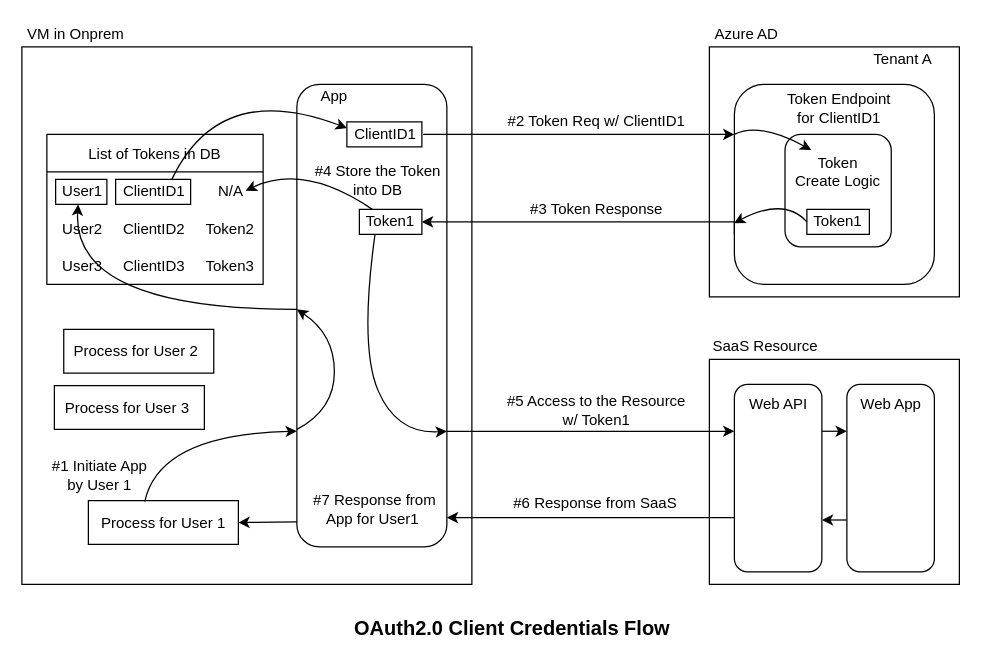
Before: OAuth2.0_Authorization/OAuth2.0_ClientCredentialsFlow.drawio in developer-onizuka/Diagrams, a draw.io diagram. Source tidied: cells renumbered, new cells numbered last; positions are measured from the earlier drawing's top-left corner, leaving out a move shared by most shapes. Both pictures are drawn from the tidied source at 125%, with x=0, y=0 at pixel (21, 21).
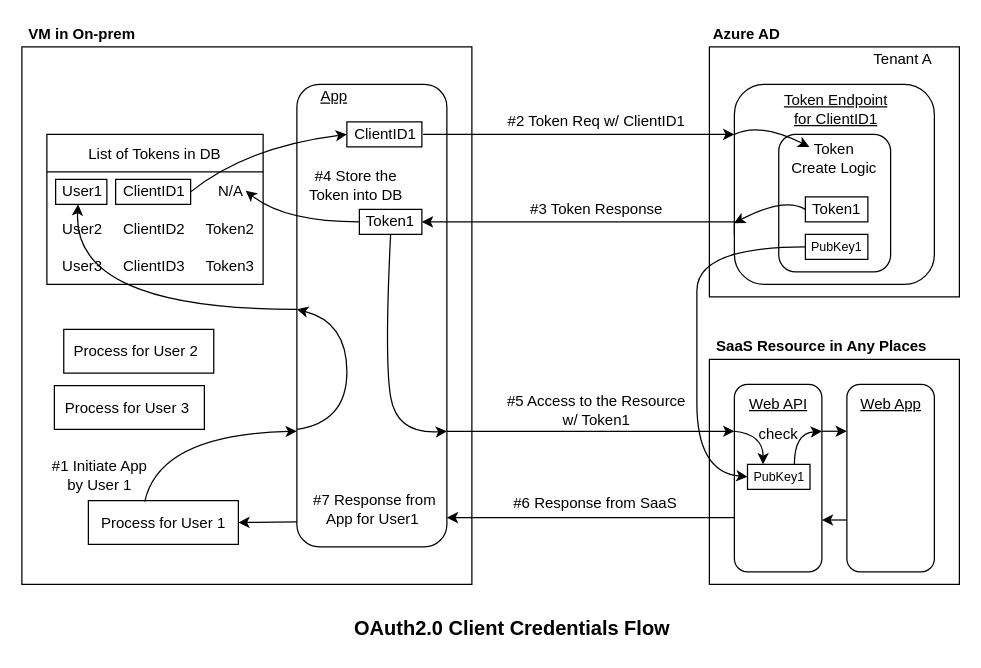
The same diagram, later.

Commit message:
OAuth2.0_ClientCredentialsFlow.drawio を更新します

Unchanged cells that the change refers to:
```xml
<mxCell id="3" style="rounded=1;whiteSpace=wrap;html=1;" parent="1" vertex="1">
  <mxGeometry x="220" y="50" width="120" height="370" as="geometry" />
</mxCell>
<mxCell id="24" value="Token1" style="text;html=1;strokeColor=none;fillColor=none;align=center;verticalAlign=middle;whiteSpace=wrap;rounded=0;" parent="1" vertex="1">
  <mxGeometry x="270" y="150" width="50" height="20" as="geometry" />
</mxCell>
<mxCell id="26" style="rounded=0;whiteSpace=wrap;html=1;fillColor=none;strokeColor=#000000;" parent="1" vertex="1">
  <mxGeometry x="75" y="126" width="60" height="20" as="geometry" />
</mxCell>
<mxCell id="27" style="rounded=0;whiteSpace=wrap;html=1;" parent="1" vertex="1">
  <mxGeometry x="260" y="80" width="60" height="20" as="geometry" />
</mxCell>
<mxCell id="34" style="rounded=1;whiteSpace=wrap;html=1;" parent="1" vertex="1">
  <mxGeometry x="570" y="290" width="70" height="150" as="geometry" />
</mxCell>
```

The edit, as a diff of the source:
```diff
@@
-    <mxCell id="4" value="App" style="text;html=1;strokeColor=none;fillColor=none;align=center;verticalAlign=middle;whiteSpace=wrap;rounded=0;" parent="1" vertex="1">
+    <mxCell id="4" value="App" style="text;html=1;strokeColor=none;fillColor=none;align=center;verticalAlign=middle;whiteSpace=wrap;rounded=0;fontStyle=4;" parent="1" vertex="1">
       <mxGeometry x="230" y="50" width="40" height="20" as="geometry" />
     </mxCell>
@@
-    <mxCell id="10" value="VM in Onprem&amp;nbsp;" style="text;html=1;strokeColor=none;fillColor=none;align=center;verticalAlign=middle;whiteSpace=wrap;rounded=0;" parent="1" vertex="1">
-      <mxGeometry width="90" height="20" as="geometry" />
+    <mxCell id="10" value="VM in On-prem&amp;nbsp;" style="text;html=1;strokeColor=none;fillColor=none;align=center;verticalAlign=middle;whiteSpace=wrap;rounded=0;fontStyle=1;" parent="1" vertex="1">
+      <mxGeometry width="100" height="20" as="geometry" />
     </mxCell>
@@
-    <mxCell id="12" value="Azure AD" style="text;html=1;strokeColor=none;fillColor=none;align=center;verticalAlign=middle;whiteSpace=wrap;rounded=0;" parent="1" vertex="1">
+    <mxCell id="12" value="Azure AD" style="text;html=1;strokeColor=none;fillColor=none;align=center;verticalAlign=middle;whiteSpace=wrap;rounded=0;fontStyle=1;" parent="1" vertex="1">
       <mxGeometry x="550" width="60" height="20" as="geometry" />
     </mxCell>
@@
-    <mxCell id="15" value="Token Endpoint &lt;br&gt;for ClientID1" style="text;html=1;strokeColor=none;fillColor=none;align=center;verticalAlign=middle;whiteSpace=wrap;rounded=0;" parent="1" vertex="1">
-      <mxGeometry x="589" y="54" width="130" height="30" as="geometry" />
+    <mxCell id="15" value="Token Endpoint &lt;br&gt;for ClientID1" style="text;html=1;strokeColor=none;fillColor=none;align=center;verticalAlign=middle;whiteSpace=wrap;rounded=0;fontStyle=4;" parent="1" vertex="1">
+      <mxGeometry x="591.3" y="55" width="121" height="30" as="geometry" />
     </mxCell>
@@
-    <mxCell id="20" value="SaaS Resource" style="text;html=1;strokeColor=none;fillColor=none;align=center;verticalAlign=middle;whiteSpace=wrap;rounded=0;" parent="1" vertex="1">
-      <mxGeometry x="550" y="250" width="90" height="20" as="geometry" />
+    <mxCell id="20" value="SaaS Resource in Any Places" style="text;html=1;strokeColor=none;fillColor=none;align=center;verticalAlign=middle;whiteSpace=wrap;rounded=0;fontStyle=1;" parent="1" vertex="1">
+      <mxGeometry x="550" y="250" width="180" height="20" as="geometry" />
     </mxCell>
     <mxCell id="21" value="#4 Store the Token into DB" style="text;html=1;strokeColor=none;fillColor=none;align=center;verticalAlign=middle;whiteSpace=wrap;rounded=0;" parent="1" vertex="1">
-      <mxGeometry x="225" y="108.5" width="120" height="37.5" as="geometry" />
+      <mxGeometry x="220" y="112.5" width="95" height="37.5" as="geometry" />
     </mxCell>
@@
-    <mxCell id="30" style="curved=1;endArrow=classic;html=1;rounded=0;exitX=0.75;exitY=0;exitDx=0;exitDy=0;entryX=0;entryY=0.25;entryDx=0;entryDy=0;" parent="1" edge="1" source="26" target="27">
+    <mxCell id="30" style="curved=1;endArrow=classic;html=1;rounded=0;exitX=1;exitY=0.5;exitDx=0;exitDy=0;entryX=0;entryY=0.5;entryDx=0;entryDy=0;" parent="1" edge="1" source="26" target="27">
       <mxGeometry relative="1" as="geometry">
         <Array as="points">
-          <mxPoint x="158" y="46" />
+          <mxPoint x="180" y="100" />
         </Array>
       </mxGeometry>
     </mxCell>
-    <mxCell id="31" style="curved=1;endArrow=classic;html=1;rounded=0;" parent="1" edge="1" source="24">
+    <mxCell id="31" style="curved=1;endArrow=classic;html=1;rounded=0;exitX=0;exitY=0.5;exitDx=0;exitDy=0;" parent="1" edge="1" source="24">
       <mxGeometry relative="1" as="geometry">
         <mxPoint x="179" y="135" as="targetPoint" />
         <Array as="points">
-          <mxPoint x="226" y="113" />
+          <mxPoint x="210" y="160" />
         </Array>
       </mxGeometry>
     </mxCell>
-    <mxCell id="32" style="curved=1;endArrow=classic;html=1;rounded=0;exitX=0.25;exitY=1;exitDx=0;exitDy=0;entryX=1;entryY=0.75;entryDx=0;entryDy=0;" parent="1" edge="1" source="24" target="3">
+    <mxCell id="32" style="curved=1;endArrow=classic;html=1;rounded=0;exitX=0.5;exitY=1;exitDx=0;exitDy=0;entryX=1;entryY=0.75;entryDx=0;entryDy=0;" parent="1" edge="1" source="24" target="3">
       <mxGeometry relative="1" as="geometry">
         <Array as="points">
-          <mxPoint x="270" y="260" />
+          <mxPoint x="290" y="270" />
           <mxPoint x="300" y="330" />
         </Array>
       </mxGeometry>
     </mxCell>
@@
-    <mxCell id="35" value="Web API" style="text;html=1;strokeColor=none;fillColor=none;align=center;verticalAlign=middle;whiteSpace=wrap;rounded=0;" parent="1" vertex="1">
+    <mxCell id="35" value="Web API" style="text;html=1;strokeColor=none;fillColor=none;align=center;verticalAlign=middle;whiteSpace=wrap;rounded=0;fontStyle=4;" parent="1" vertex="1">
       <mxGeometry x="570" y="296" width="71" height="20" as="geometry" />
     </mxCell>
@@
-    <mxCell id="38" value="Web App" style="text;html=1;strokeColor=none;fillColor=none;align=center;verticalAlign=middle;whiteSpace=wrap;rounded=0;" parent="1" vertex="1">
+    <mxCell id="38" value="Web App" style="text;html=1;strokeColor=none;fillColor=none;align=center;verticalAlign=middle;whiteSpace=wrap;rounded=0;fontStyle=4;" parent="1" vertex="1">
       <mxGeometry x="660" y="296" width="71" height="20" as="geometry" />
     </mxCell>
@@
     <mxCell id="41" style="rounded=1;whiteSpace=wrap;html=1;" parent="1" vertex="1">
-      <mxGeometry x="610.5" y="90" width="85" height="90" as="geometry" />
+      <mxGeometry x="605.5" y="90" width="89.5" height="110" as="geometry" />
     </mxCell>
     <mxCell id="42" value="Token&lt;br&gt;Create Logic" style="text;html=1;strokeColor=none;fillColor=none;align=center;verticalAlign=middle;whiteSpace=wrap;rounded=0;" parent="1" vertex="1">
-      <mxGeometry x="610" y="102.5" width="86" height="35" as="geometry" />
+      <mxGeometry x="607" y="91" width="86" height="35" as="geometry" />
     </mxCell>
     <mxCell id="43" style="rounded=0;whiteSpace=wrap;html=1;" parent="1" vertex="1">
-      <mxGeometry x="628" y="150" width="50" height="20" as="geometry" />
+      <mxGeometry x="626.8" y="140" width="50" height="20" as="geometry" />
     </mxCell>
     <mxCell id="44" value="Token1" style="text;html=1;strokeColor=none;fillColor=none;align=center;verticalAlign=middle;whiteSpace=wrap;rounded=0;" parent="1" vertex="1">
-      <mxGeometry x="628" y="150" width="50" height="20" as="geometry" />
+      <mxGeometry x="626.8" y="140" width="50" height="20" as="geometry" />
     </mxCell>
@@
-    <mxCell id="46" style="curved=1;endArrow=classic;html=1;rounded=0;exitX=0.75;exitY=0;exitDx=0;exitDy=0;entryX=0.25;entryY=0;entryDx=0;entryDy=0;" parent="1" edge="1" target="42">
+    <mxCell id="46" style="curved=1;endArrow=classic;html=1;rounded=0;exitX=0.75;exitY=0;exitDx=0;exitDy=0;" parent="1" edge="1">
       <mxGeometry relative="1" as="geometry">
         <mxPoint x="570" y="90" as="sourcePoint" />
+        <mxPoint x="630" y="100" as="targetPoint" />
         <Array as="points">
           <mxPoint x="590" y="80" />
         </Array>
       </mxGeometry>
     </mxCell>
@@
     <mxCell id="59" style="curved=1;endArrow=classic;html=1;rounded=0;" parent="1" edge="1">
       <mxGeometry relative="1" as="geometry">
         <mxPoint x="220" y="326" as="sourcePoint" />
         <mxPoint x="220" y="230" as="targetPoint" />
         <Array as="points">
-          <mxPoint x="250" y="310" />
-          <mxPoint x="250" y="250" />
+          <mxPoint x="260" y="320" />
+          <mxPoint x="260" y="240" />
         </Array>
       </mxGeometry>
     </mxCell>
@@
+    <mxCell id="61" style="rounded=0;whiteSpace=wrap;html=1;" parent="1" vertex="1">
+      <mxGeometry x="626.8" y="170" width="50" height="20" as="geometry" />
+    </mxCell>
+    <mxCell id="62" value="&lt;font style=&quot;font-size: 10px;&quot;&gt;PubKey1&lt;/font&gt;" style="text;html=1;strokeColor=none;fillColor=none;align=center;verticalAlign=middle;whiteSpace=wrap;rounded=0;" parent="1" vertex="1">
+      <mxGeometry x="626.8" y="170" width="50" height="20" as="geometry" />
+    </mxCell>
+    <mxCell id="63" style="rounded=0;whiteSpace=wrap;html=1;" parent="1" vertex="1">
+      <mxGeometry x="580.5" y="354" width="50" height="20" as="geometry" />
+    </mxCell>
+    <mxCell id="64" value="&lt;font style=&quot;font-size: 10px;&quot;&gt;PubKey1&lt;/font&gt;" style="text;html=1;strokeColor=none;fillColor=none;align=center;verticalAlign=middle;whiteSpace=wrap;rounded=0;" parent="1" vertex="1">
+      <mxGeometry x="580.5" y="354" width="50" height="20" as="geometry" />
+    </mxCell>
+    <mxCell id="65" style="curved=1;endArrow=classic;html=1;rounded=0;exitX=0;exitY=0.5;exitDx=0;exitDy=0;entryX=0;entryY=0.5;entryDx=0;entryDy=0;" parent="1" edge="1" source="62" target="64">
+      <mxGeometry relative="1" as="geometry">
+        <Array as="points">
+          <mxPoint x="540" y="180" />
+          <mxPoint x="540" y="250" />
+          <mxPoint x="540" y="360" />
+        </Array>
+      </mxGeometry>
+    </mxCell>
+    <mxCell id="66" style="curved=1;endArrow=classic;html=1;rounded=0;entryX=0.25;entryY=0;entryDx=0;entryDy=0;exitX=0;exitY=0.25;exitDx=0;exitDy=0;" parent="1" edge="1" source="34" target="64">
+      <mxGeometry relative="1" as="geometry">
+        <Array as="points">
+          <mxPoint x="593" y="330" />
+        </Array>
+      </mxGeometry>
+    </mxCell>
+    <mxCell id="67" style="curved=1;endArrow=classic;html=1;rounded=0;exitX=0.75;exitY=0;exitDx=0;exitDy=0;entryX=1;entryY=0.25;entryDx=0;entryDy=0;" parent="1" edge="1" source="64" target="34">
+      <mxGeometry relative="1" as="geometry">
+        <Array as="points">
+          <mxPoint x="618" y="329" />
+        </Array>
+      </mxGeometry>
+    </mxCell>
+    <mxCell id="68" value="check" style="text;html=1;strokeColor=none;fillColor=none;align=center;verticalAlign=middle;whiteSpace=wrap;rounded=0;" parent="1" vertex="1">
+      <mxGeometry x="578.8" y="318.5" width="52.5" height="23" as="geometry" />
+    </mxCell>
```
